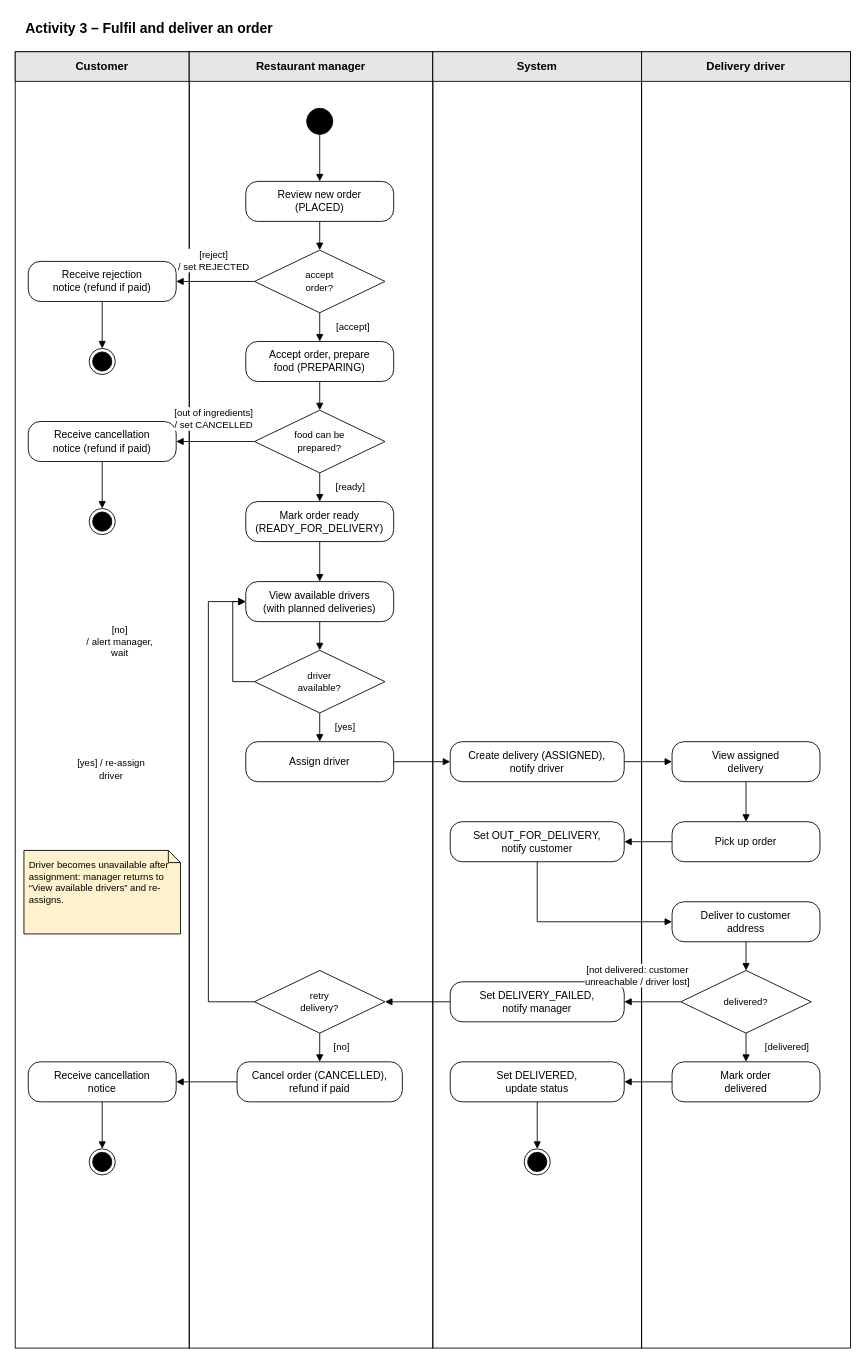
This is Activity Diagrams/Activity_3_Fulfil_and_deliver_order.drawio from Lukap42/SWE1_Project, a draw.io file, before an edit. Source tidied: cells renumbered, new cells numbered last; positions are measured from the earlier drawing's top-left corner, leaving out a move shared by most shapes. Both pictures are drawn from the tidied source at 87%, with x=0, y=0 at pixel (15, 15).
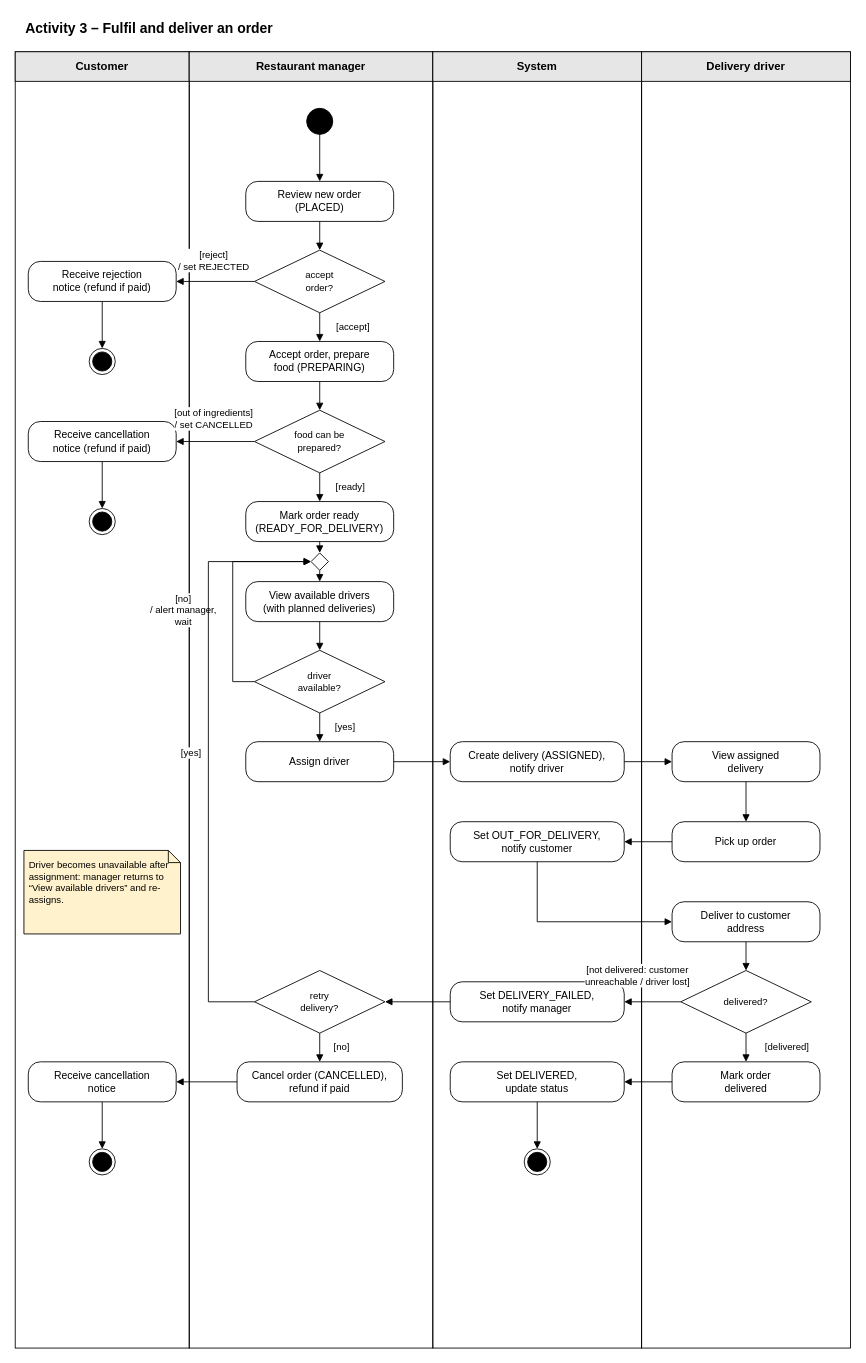
After the change.

Commit message (it also covers changes not shown here):
Activity diagrams update

Unchanged cells that the change refers to:
```xml
<mxCell id="21" value="Mark order ready&lt;br&gt;(READY_FOR_DELIVERY)" style="rounded=1;arcSize=30;whiteSpace=wrap;html=1;fillColor=#FFFFFF;strokeColor=#000000;fontColor=#000000;fontSize=12;" parent="1" vertex="1">
  <mxGeometry x="265" y="559" width="170" height="46" as="geometry" />
</mxCell>
<mxCell id="22" value="View available drivers&lt;br&gt;(with planned deliveries)" style="rounded=1;arcSize=30;whiteSpace=wrap;html=1;fillColor=#FFFFFF;strokeColor=#000000;fontColor=#000000;fontSize=12;" parent="1" vertex="1">
  <mxGeometry x="265" y="651" width="170" height="46" as="geometry" />
</mxCell>
<mxCell id="23" value="driver&lt;br&gt;available?" style="rhombus;whiteSpace=wrap;html=1;fillColor=#FFFFFF;strokeColor=#000000;fontColor=#000000;fontSize=11;" parent="1" vertex="1">
  <mxGeometry x="275" y="730" width="150" height="72" as="geometry" />
</mxCell>
<mxCell id="35" value="retry&lt;br&gt;delivery?" style="rhombus;whiteSpace=wrap;html=1;fillColor=#FFFFFF;strokeColor=#000000;fontColor=#000000;fontSize=11;" parent="1" vertex="1">
  <mxGeometry x="275" y="1098" width="150" height="72" as="geometry" />
</mxCell>
```

Diff of the diagram source:
```diff
@@
-<mxGraphModel>
+<mxGraphModel background="#FFFFFF">
@@
-    <mxCell id="48" style="edgeStyle=orthogonalEdgeStyle;rounded=0;html=1;jettySize=auto;strokeColor=#000000;endArrow=block;endFill=1;fontSize=11;labelBackgroundColor=#FFFFFF;exitX=0.5000;exitY=1.0000;exitDx=0;exitDy=0;entryX=0.5000;entryY=0.0000;entryDx=0;entryDy=0;" parent="1" edge="1" source="21" target="22">
+    <mxCell id="48" style="edgeStyle=orthogonalEdgeStyle;rounded=0;html=1;jettySize=auto;strokeColor=#000000;endArrow=block;endFill=1;fontSize=11;labelBackgroundColor=#FFFFFF;exitX=0.5;exitY=1;entryX=0.5;entryY=0;" parent="1" edge="1" source="21" target="67">
       <mxGeometry relative="1" as="geometry" />
     </mxCell>
@@
-    <mxCell id="50" value="[no]&lt;br&gt;/ alert manager,&lt;br&gt;wait" style="edgeStyle=orthogonalEdgeStyle;rounded=0;html=1;jettySize=auto;strokeColor=#000000;endArrow=block;endFill=1;fontSize=11;labelBackgroundColor=#FFFFFF;exitX=0.0000;exitY=0.5000;exitDx=0;exitDy=0;entryX=0.0000;entryY=0.5000;entryDx=0;entryDy=0;" parent="1" edge="1" source="23" target="22">
-      <mxGeometry x="0.08" relative="1" as="geometry">
+    <mxCell id="50" value="[no]&lt;br&gt;/ alert manager,&lt;br&gt;wait" style="edgeStyle=orthogonalEdgeStyle;rounded=0;html=1;jettySize=auto;strokeColor=#000000;endArrow=block;endFill=1;fontSize=11;labelBackgroundColor=#FFFFFF;exitX=0;exitY=0.5;entryX=0;entryY=0.5;" parent="1" edge="1" source="23" target="67">
+      <mxGeometry relative="1" as="geometry">
         <Array as="points">
           <mxPoint x="250" y="766" />
-          <mxPoint x="250" y="674" />
+          <mxPoint x="250" y="628" />
         </Array>
-        <mxPoint x="-130" as="offset" />
+        <mxPoint x="-57" y="20" as="offset" />
       </mxGeometry>
     </mxCell>
@@
-    <mxCell id="63" value="[yes] / re-assign&lt;br&gt;driver" style="edgeStyle=orthogonalEdgeStyle;rounded=0;html=1;jettySize=auto;strokeColor=#000000;endArrow=block;endFill=1;fontSize=11;labelBackgroundColor=#FFFFFF;exitX=0.0000;exitY=0.5000;exitDx=0;exitDy=0;entryX=0.0000;entryY=0.5000;entryDx=0;entryDy=0;" parent="1" edge="1" source="35" target="22">
-      <mxGeometry x="0.15" relative="1" as="geometry">
+    <mxCell id="63" value="[yes]" style="edgeStyle=orthogonalEdgeStyle;rounded=0;html=1;jettySize=auto;strokeColor=#000000;endArrow=block;endFill=1;fontSize=11;labelBackgroundColor=#FFFFFF;exitX=0;exitY=0.5;entryX=0;entryY=0.5;" parent="1" edge="1" source="35" target="67">
+      <mxGeometry relative="1" as="geometry">
         <Array as="points">
           <mxPoint x="222" y="1134" />
-          <mxPoint x="222" y="674" />
+          <mxPoint x="222" y="628" />
         </Array>
-        <mxPoint x="-112" as="offset" />
+        <mxPoint x="-20" as="offset" />
       </mxGeometry>
     </mxCell>
@@
+    <mxCell id="67" style="rhombus;whiteSpace=wrap;html=1;fillColor=#FFFFFF;strokeColor=#000000;fontColor=#000000;fontSize=11;" parent="1" vertex="1">
+      <mxGeometry x="340" y="618" width="20" height="20" as="geometry" />
+    </mxCell>
+    <mxCell id="68" style="edgeStyle=orthogonalEdgeStyle;rounded=0;html=1;jettySize=auto;strokeColor=#000000;endArrow=block;endFill=1;fontSize=11;labelBackgroundColor=#FFFFFF;exitX=0.5;exitY=1;entryX=0.5;entryY=0;" parent="1" edge="1" source="67" target="22">
+      <mxGeometry relative="1" as="geometry" />
+    </mxCell>
```
